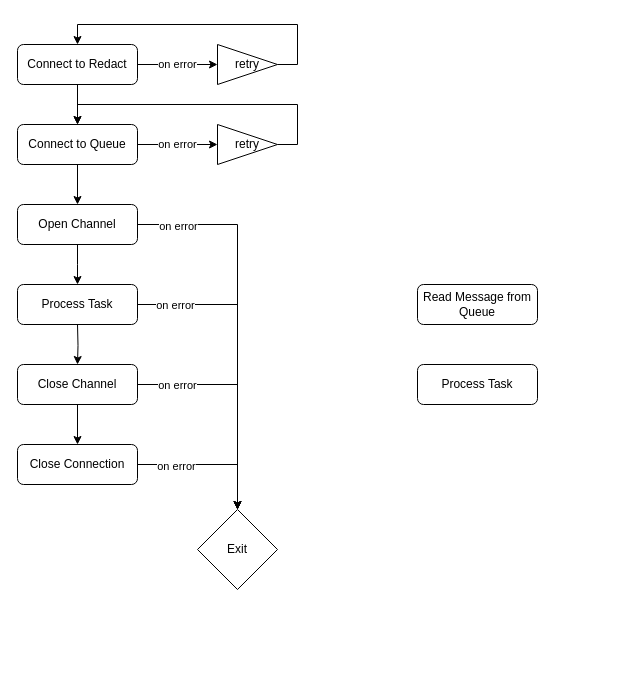
Above: manager-flow.drawio in fredyeah/diagrams (draw.io), before the change. Source tidied: cells renumbered, new cells numbered last; positions are measured from the earlier drawing's top-left corner, leaving out a move shared by most shapes. Both pictures are drawn from the tidied source at 100%, with x=0, y=0 at pixel (17, 24).
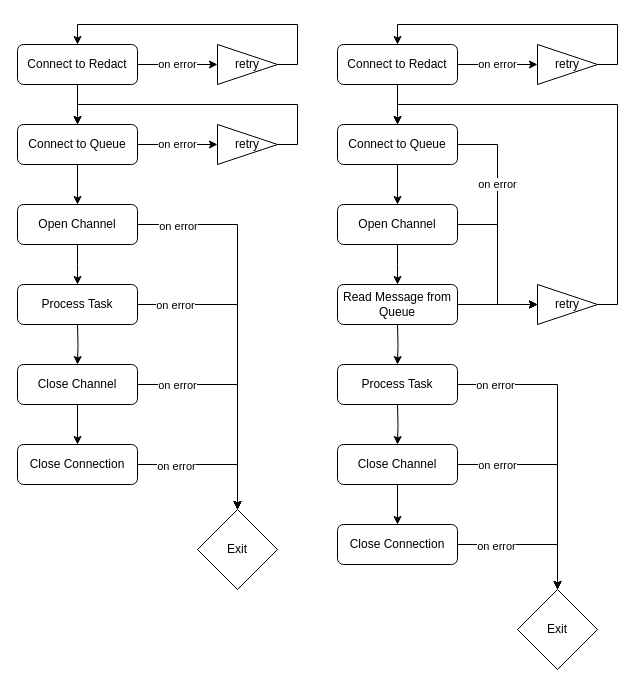
After the change.

Change to the diagram source:
```diff
@@
+    <mxCell id="31" style="edgeStyle=orthogonalEdgeStyle;rounded=0;jettySize=auto;html=1;" parent="1" edge="1" source="26" target="54">
+      <mxGeometry relative="1" as="geometry" />
+    </mxCell>
     <mxCell id="26" value="Read Message from Queue" style="rounded=1;whiteSpace=wrap;html=1;" parent="1" vertex="1">
-      <mxGeometry x="400" y="260" width="120" height="40" as="geometry" />
+      <mxGeometry x="320" y="260" width="120" height="40" as="geometry" />
     </mxCell>
-    <mxCell id="27" value="Process Task" style="rounded=1;whiteSpace=wrap;html=1;" parent="1" vertex="1">
-      <mxGeometry x="400" y="340" width="120" height="40" as="geometry" />
-    </mxCell>
+    <mxCell id="32" style="edgeStyle=orthogonalEdgeStyle;rounded=0;jettySize=auto;html=1;entryX=0.5;entryY=0;entryDx=0;entryDy=0;" parent="1" edge="1" target="27">
+      <mxGeometry relative="1" as="geometry">
+        <mxPoint x="380" y="300" as="sourcePoint" />
+      </mxGeometry>
+    </mxCell>
@@
+    <mxCell id="33" style="edgeStyle=orthogonalEdgeStyle;rounded=0;jettySize=auto;html=1;entryX=0.5;entryY=0;entryDx=0;entryDy=0;" parent="1" edge="1" source="35" target="38">
+      <mxGeometry relative="1" as="geometry" />
+    </mxCell>
+    <mxCell id="34" value="on error" style="edgeStyle=orthogonalEdgeStyle;rounded=0;jettySize=auto;html=1;entryX=0;entryY=0.5;entryDx=0;entryDy=0;" parent="1" edge="1" source="35" target="52">
+      <mxGeometry relative="1" as="geometry" />
+    </mxCell>
+    <mxCell id="35" value="Connect to Redact" style="rounded=1;whiteSpace=wrap;html=1;" parent="1" vertex="1">
+      <mxGeometry x="320" y="20" width="120" height="40" as="geometry" />
+    </mxCell>
+    <mxCell id="36" style="edgeStyle=orthogonalEdgeStyle;rounded=0;jettySize=auto;html=1;entryX=0.5;entryY=0;entryDx=0;entryDy=0;" parent="1" edge="1" source="38" target="41">
+      <mxGeometry relative="1" as="geometry" />
+    </mxCell>
+    <mxCell id="37" value="on error" style="edgeStyle=orthogonalEdgeStyle;rounded=0;jettySize=auto;html=1;" parent="1" edge="1" source="38" target="54">
+      <mxGeometry x="-0.33" relative="1" as="geometry">
+        <Array as="points">
+          <mxPoint x="480" y="120" />
+          <mxPoint x="480" y="280" />
+        </Array>
+      </mxGeometry>
+    </mxCell>
+    <mxCell id="38" value="Connect to Queue" style="rounded=1;whiteSpace=wrap;html=1;" parent="1" vertex="1">
+      <mxGeometry x="320" y="100" width="120" height="40" as="geometry" />
+    </mxCell>
+    <mxCell id="39" style="edgeStyle=orthogonalEdgeStyle;rounded=0;jettySize=auto;html=1;entryX=0.5;entryY=0;entryDx=0;entryDy=0;" parent="1" edge="1" source="41">
+      <mxGeometry relative="1" as="geometry">
+        <mxPoint x="380" y="260" as="targetPoint" />
+      </mxGeometry>
+    </mxCell>
+    <mxCell id="40" style="edgeStyle=orthogonalEdgeStyle;rounded=0;jettySize=auto;html=1;" parent="1" edge="1" source="41" target="54">
+      <mxGeometry relative="1" as="geometry">
+        <Array as="points">
+          <mxPoint x="480" y="200" />
+          <mxPoint x="480" y="280" />
+        </Array>
+      </mxGeometry>
+    </mxCell>
+    <mxCell id="41" value="Open Channel" style="rounded=1;whiteSpace=wrap;html=1;" parent="1" vertex="1">
+      <mxGeometry x="320" y="180" width="120" height="40" as="geometry" />
+    </mxCell>
+    <mxCell id="42" style="edgeStyle=orthogonalEdgeStyle;rounded=0;jettySize=auto;html=1;entryX=0.5;entryY=0;entryDx=0;entryDy=0;" parent="1" edge="1" source="45" target="48">
+      <mxGeometry relative="1" as="geometry" />
+    </mxCell>
+    <mxCell id="43" style="edgeStyle=orthogonalEdgeStyle;rounded=0;jettySize=auto;html=1;" parent="1" edge="1" source="45" target="50">
+      <mxGeometry relative="1" as="geometry" />
+    </mxCell>
+    <mxCell id="44" value="on error" style="edgeLabel;html=1;align=center;verticalAlign=middle;" parent="43" vertex="1">
+      <mxGeometry x="-0.65" relative="1" as="geometry" />
+    </mxCell>
+    <mxCell id="45" value="Close Channel" style="rounded=1;whiteSpace=wrap;html=1;" parent="1" vertex="1">
+      <mxGeometry x="320" y="420" width="120" height="40" as="geometry" />
+    </mxCell>
+    <mxCell id="46" style="edgeStyle=orthogonalEdgeStyle;rounded=0;jettySize=auto;html=1;" parent="1" edge="1" source="48" target="50">
+      <mxGeometry relative="1" as="geometry" />
+    </mxCell>
+    <mxCell id="47" value="on error" style="edgeLabel;html=1;align=center;verticalAlign=middle;" parent="46" vertex="1">
+      <mxGeometry x="-0.48" y="-1" relative="1" as="geometry" />
+    </mxCell>
+    <mxCell id="48" value="Close Connection" style="rounded=1;whiteSpace=wrap;html=1;" parent="1" vertex="1">
+      <mxGeometry x="320" y="500" width="120" height="40" as="geometry" />
+    </mxCell>
+    <mxCell id="49" style="edgeStyle=orthogonalEdgeStyle;rounded=0;jettySize=auto;html=1;entryX=0.5;entryY=0;entryDx=0;entryDy=0;" parent="1" edge="1" target="45">
+      <mxGeometry relative="1" as="geometry">
+        <mxPoint x="380" y="380" as="sourcePoint" />
+      </mxGeometry>
+    </mxCell>
+    <mxCell id="50" value="Exit" style="rhombus;whiteSpace=wrap;html=1;" parent="1" vertex="1">
+      <mxGeometry x="500" y="565" width="80" height="80" as="geometry" />
+    </mxCell>
+    <mxCell id="51" style="edgeStyle=orthogonalEdgeStyle;rounded=0;jettySize=auto;html=1;entryX=0.5;entryY=0;entryDx=0;entryDy=0;" parent="1" edge="1" source="52" target="35">
+      <mxGeometry relative="1" as="geometry">
+        <Array as="points">
+          <mxPoint x="600" y="40" />
+          <mxPoint x="600" />
+          <mxPoint x="380" />
+        </Array>
+      </mxGeometry>
+    </mxCell>
+    <mxCell id="52" value="retry" style="triangle;whiteSpace=wrap;html=1;" parent="1" vertex="1">
+      <mxGeometry x="520" y="20" width="60" height="40" as="geometry" />
+    </mxCell>
+    <mxCell id="53" style="edgeStyle=orthogonalEdgeStyle;rounded=0;jettySize=auto;html=1;entryX=0.5;entryY=0;entryDx=0;entryDy=0;" parent="1" edge="1" source="54" target="38">
+      <mxGeometry relative="1" as="geometry">
+        <Array as="points">
+          <mxPoint x="600" y="280" />
+          <mxPoint x="600" y="80" />
+          <mxPoint x="380" y="80" />
+        </Array>
+      </mxGeometry>
+    </mxCell>
+    <mxCell id="54" value="retry" style="triangle;whiteSpace=wrap;html=1;" parent="1" vertex="1">
+      <mxGeometry x="520" y="260" width="60" height="40" as="geometry" />
+    </mxCell>
+    <mxCell id="55" style="edgeStyle=orthogonalEdgeStyle;rounded=0;jettySize=auto;html=1;" parent="1" edge="1" source="27" target="50">
+      <mxGeometry relative="1" as="geometry" />
+    </mxCell>
+    <mxCell id="56" value="on error" style="edgeLabel;html=1;align=center;verticalAlign=middle;" parent="55" vertex="1">
+      <mxGeometry x="-0.76" relative="1" as="geometry" />
+    </mxCell>
+    <mxCell id="27" value="Process Task" style="rounded=1;whiteSpace=wrap;html=1;" parent="1" vertex="1">
+      <mxGeometry x="320" y="340" width="120" height="40" as="geometry" />
+    </mxCell>
```
